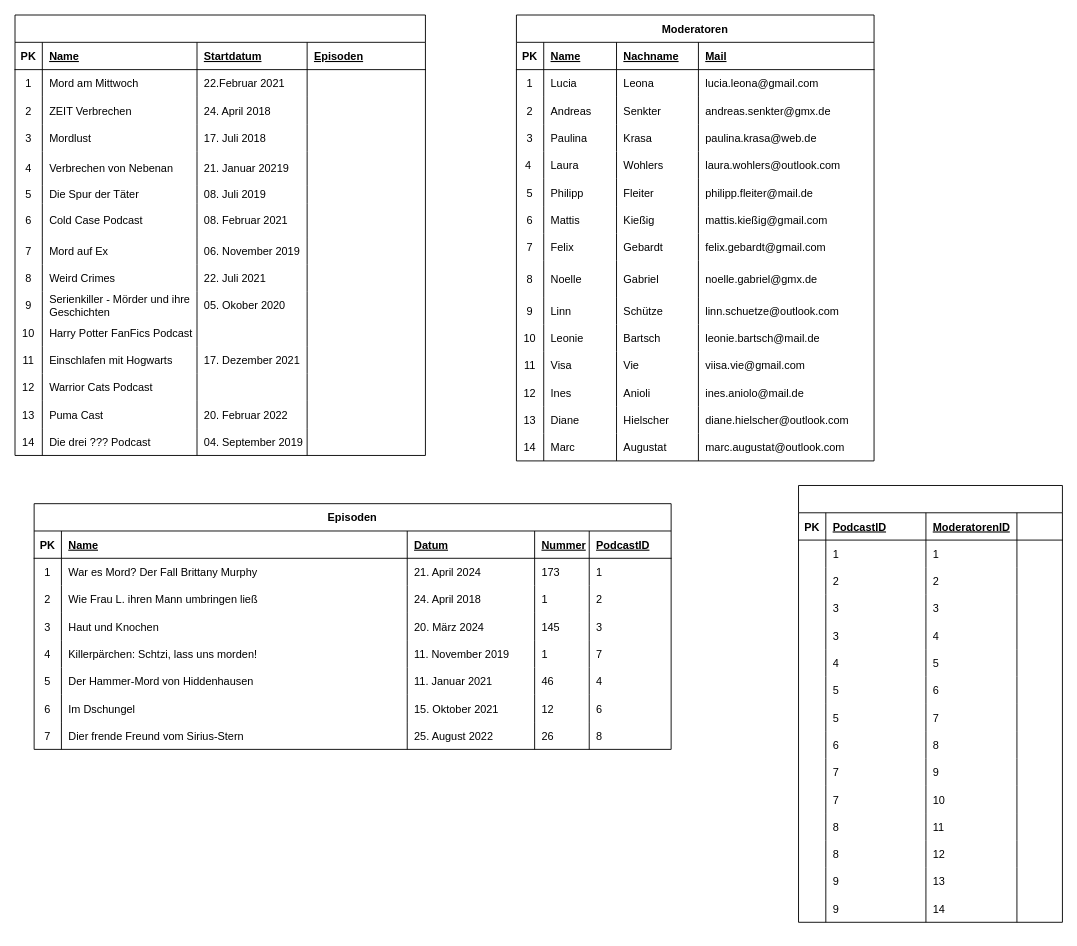
Earlier version of the draw.io diagram page "Podcast Daten" (2 of 3) of 2023_2024/podcast/demo.drawio (Gymnasium-Lerchenfeld/Wp10_WebSites). Source tidied: cells renumbered, new cells numbered last; positions are measured from the earlier drawing's top-left corner, leaving out a move shared by most shapes. Both pictures are drawn from the tidied source at 91%, with x=0, y=0 at pixel (15, 15).
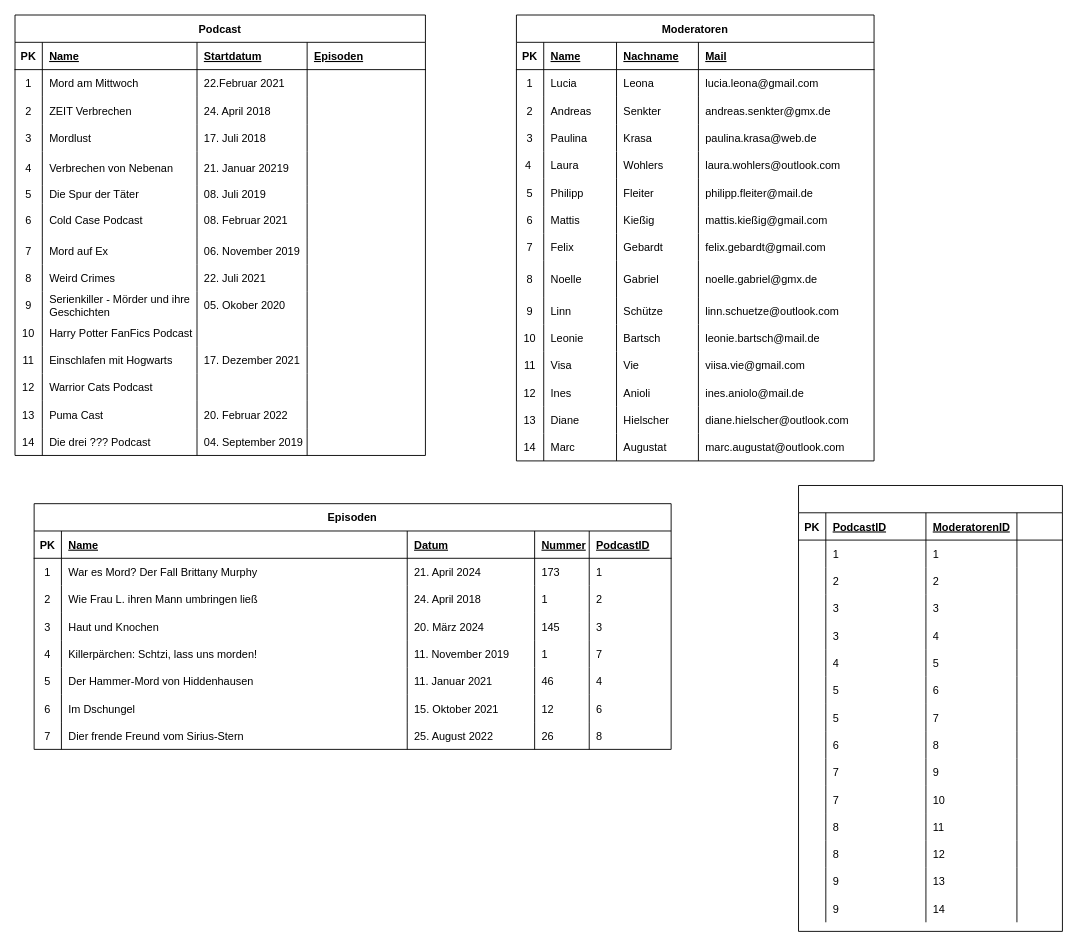
The same page after the edit.

Commit message:
demo podcast

What changed in the source:
```diff
@@
-    <mxCell id="2" style="shape=table;startSize=30;childLayout=tableLayout;rowLines=0;fontStyle=1;align=center;" parent="1" vertex="1">
+    <mxCell id="2" value="Podcast" style="shape=table;startSize=30;childLayout=tableLayout;rowLines=0;fontStyle=1;align=center;" parent="1" vertex="1">
       <mxGeometry width="451" height="484" as="geometry" />
     </mxCell>
@@
     <mxCell id="203" style="shape=table;startSize=30;childLayout=tableLayout;rowLines=0;fontStyle=1;align=center;" parent="1" vertex="1">
-      <mxGeometry x="861" y="517" width="290" height="480" as="geometry" />
+      <mxGeometry x="861" y="517" width="290" height="490" as="geometry" />
     </mxCell>
```
